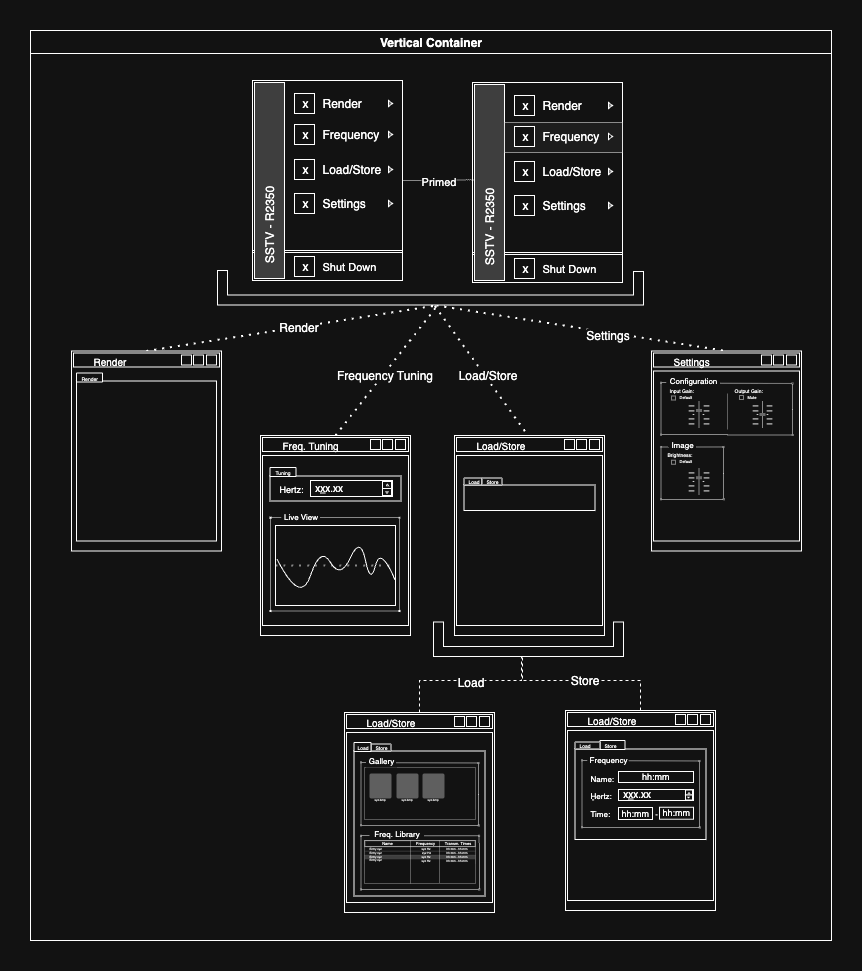
Above: diagrams/SSTV Menu UI Implementation.png in PurdueECE-362-SSTV-Project/SSTV-Docs (draw.io), before the change. Source tidied: cells renumbered, new cells last; positions are measured from the earlier drawing's top-left corner, leaving out a move shared by most shapes.
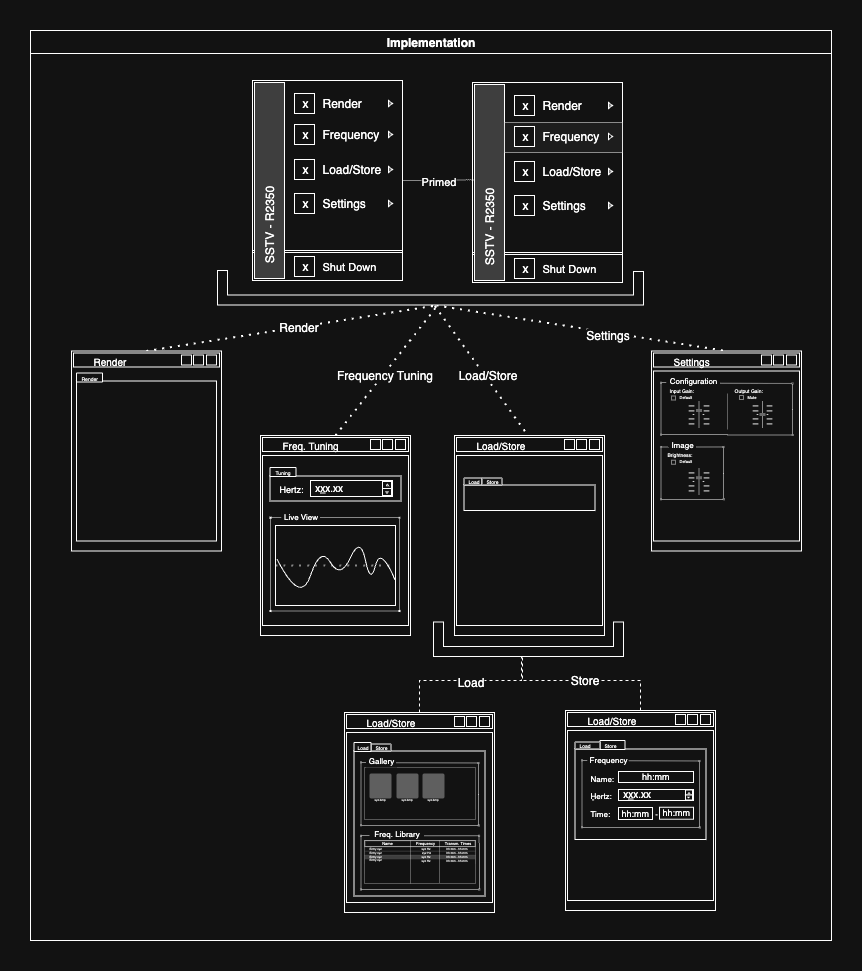
Later version of the same file.

What changed in the source:
```diff
@@ -199,7 +199,7 @@
         </Array>
       </mxGeometry>
     </mxCell>
-    <mxCell id="54" value="Vertical Container" style="swimlane;whiteSpace=wrap;html=1;spacingLeft=0;" parent="1" vertex="1">
+    <mxCell id="54" value="Implementation" style="swimlane;whiteSpace=wrap;html=1;spacingLeft=0;" parent="1" vertex="1">
       <mxGeometry width="801" height="910" as="geometry" />
     </mxCell>
     <mxCell id="55" style="group;" parent="1" vertex="1">
```
